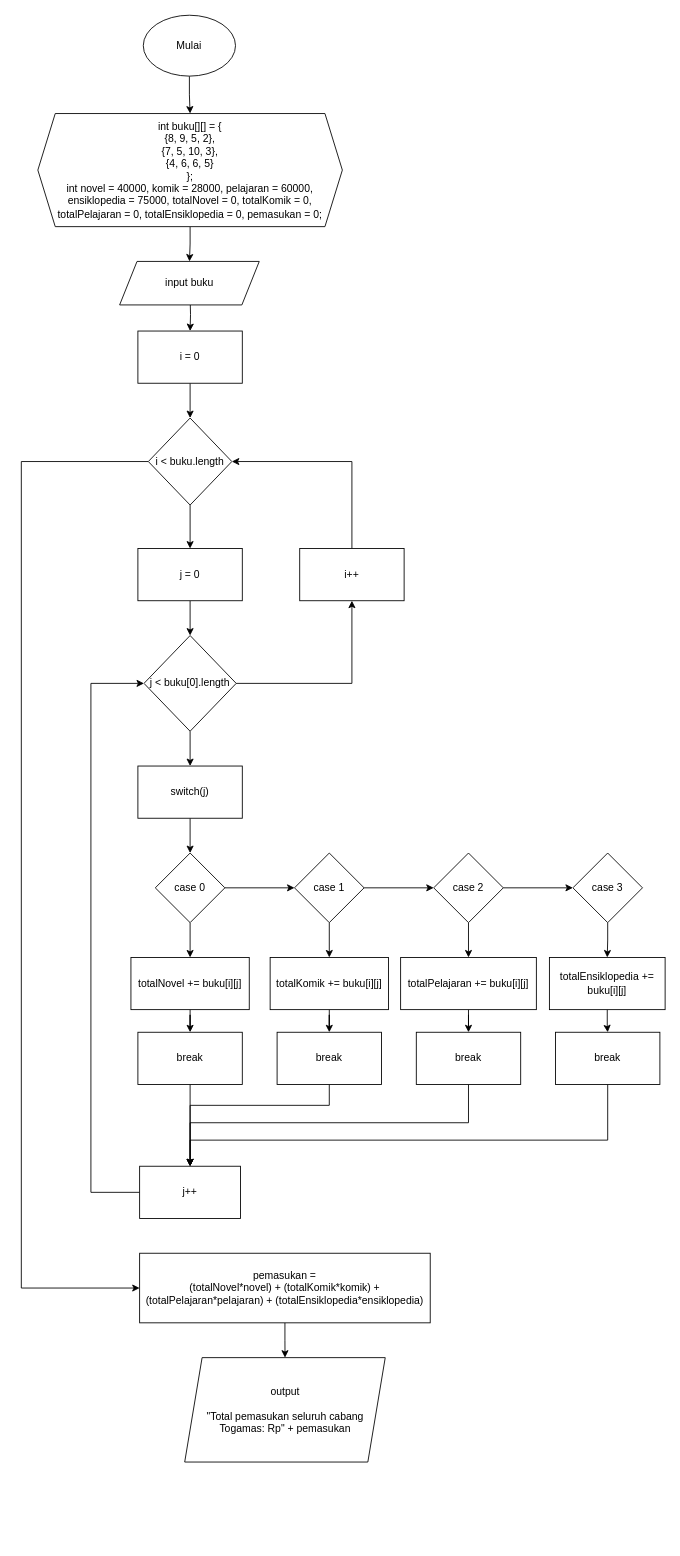
Above: page "No. 2" (2 of 2) of Tugas9_2_Naufal.drawio in nhaidaar/daspro (draw.io), before the change. Source tidied: cells renumbered, new cells numbered last; positions are measured from the earlier drawing's top-left corner, leaving out a move shared by most shapes. Both pictures are drawn from the tidied source at 87%, with x=0, y=0 at pixel (21, 15).
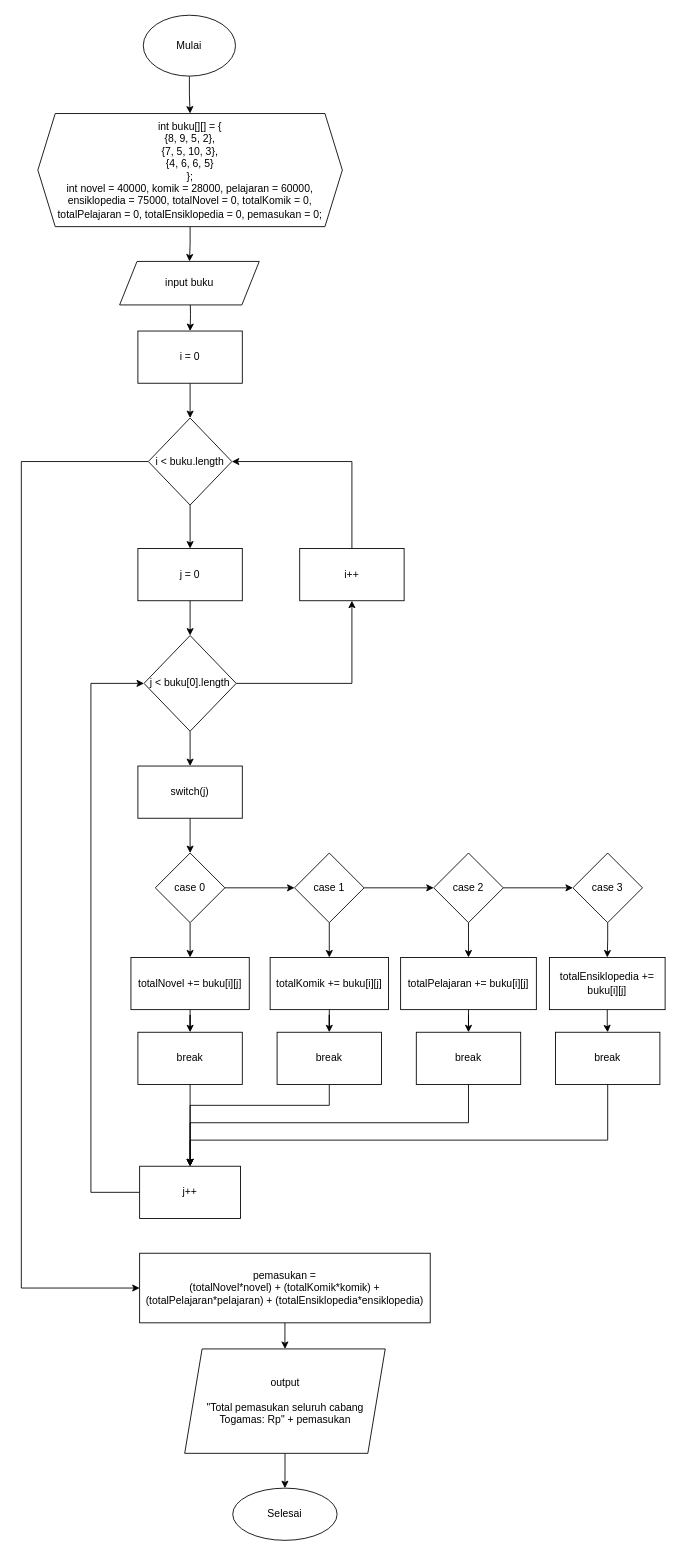
The same diagram, later.

The edit, as a diff of the source:
```diff
@@
+    <mxCell id="54" style="edgeStyle=orthogonalEdgeStyle;rounded=0;jettySize=auto;html=1;" parent="1" edge="1" source="50" target="55">
+      <mxGeometry relative="1" as="geometry" />
+    </mxCell>
     <mxCell id="50" value="output&lt;br&gt;&lt;br&gt;&quot;Total pemasukan seluruh cabang Togamas: Rp&quot; + pemasukan" style="shape=parallelogram;perimeter=parallelogramPerimeter;whiteSpace=wrap;html=1;fixedSize=1;" parent="1" vertex="1">
-      <mxGeometry x="187.8" y="1543" width="230.5" height="120" as="geometry" />
+      <mxGeometry x="187.8" y="1533" width="230.5" height="120" as="geometry" />
     </mxCell>
@@
+    <mxCell id="55" value="Selesai" style="ellipse;whiteSpace=wrap;html=1;" parent="1" vertex="1">
+      <mxGeometry x="243" y="1693" width="120" height="60" as="geometry" />
+    </mxCell>
```
